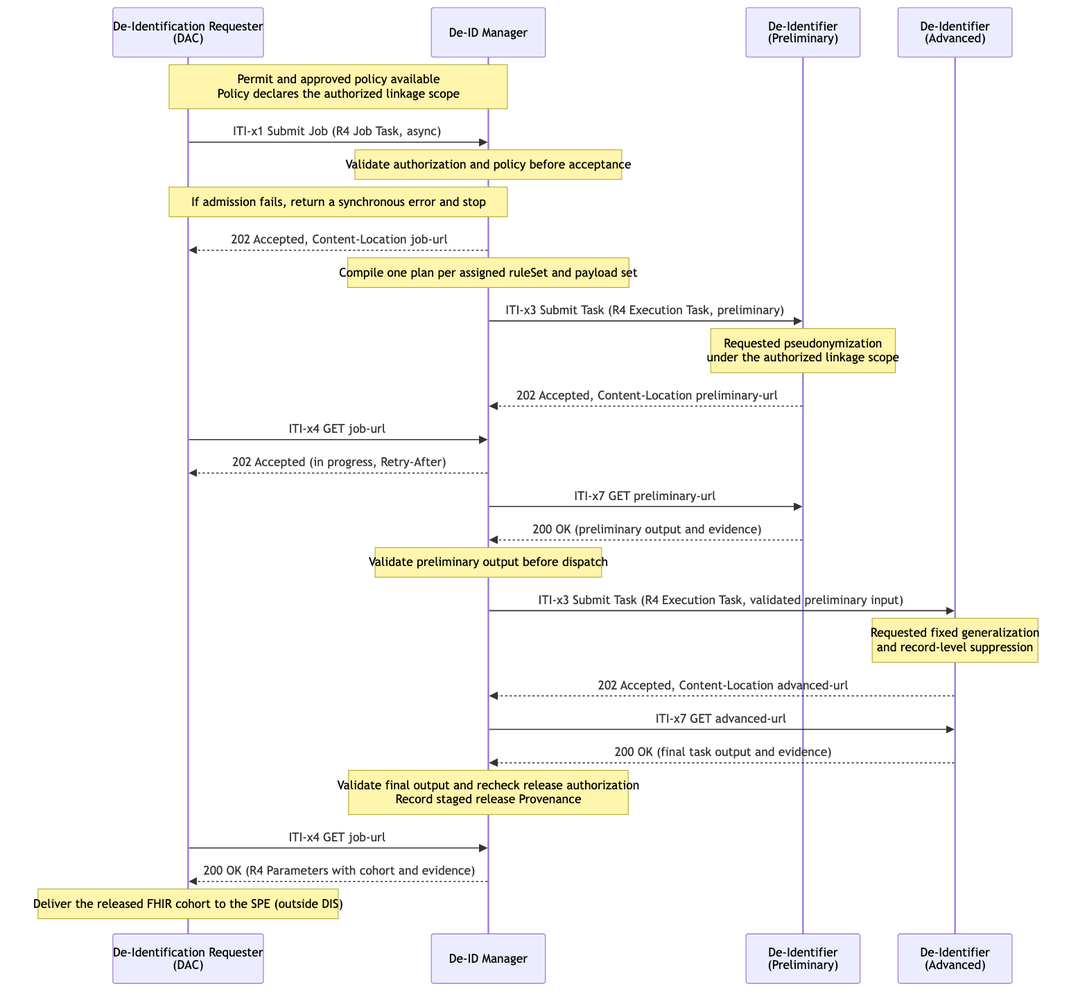
This is input/images/dis-uc2-ai-ml-development.png from IHE/ITI.DIS, a Mermaid export, as it was before one commit. Its source is kept beside it as input/images-source/dis-uc2-ai-ml-development.mmd.
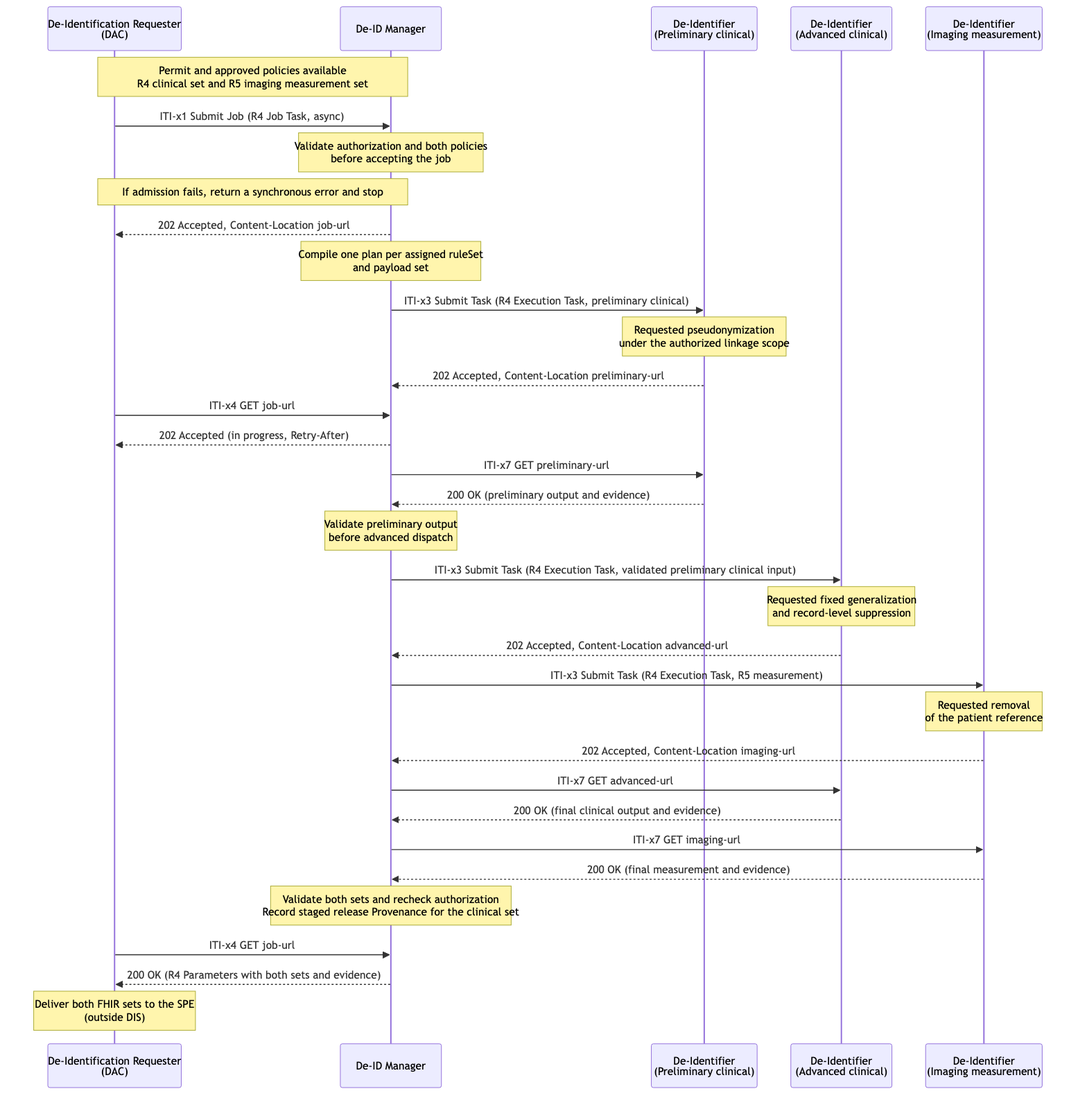
After the change.

Diff of the diagram source:
```diff
@@ -1,17 +1,18 @@
 sequenceDiagram
     participant DAC as De-Identification Requester<br/>(DAC)
     participant MGR as De-ID Manager
-    participant DI_P as De-Identifier<br/>(Preliminary)
-    participant DI_A as De-Identifier<br/>(Advanced)
+    participant DI_P as De-Identifier<br/>(Preliminary clinical)
+    participant DI_A as De-Identifier<br/>(Advanced clinical)
+    participant DI_I as De-Identifier<br/>(Imaging measurement)
 
-    Note over DAC,MGR: Permit and approved policy available<br/>Policy declares the authorized linkage scope
+    Note over DAC,MGR: Permit and approved policies available<br/>R4 clinical set and R5 imaging measurement set
     DAC->>MGR: ITI-x1 Submit Job (R4 Job Task, async)
-    Note over MGR: Validate authorization and policy before acceptance
+    Note over MGR: Validate authorization and both policies<br/>before accepting the job
     Note over DAC,MGR: If admission fails, return a synchronous error and stop
     MGR-->>DAC: 202 Accepted, Content-Location job-url
 
-    Note over MGR: Compile one plan per assigned ruleSet and payload set
-    MGR->>DI_P: ITI-x3 Submit Task (R4 Execution Task, preliminary)
+    Note over MGR: Compile one plan per assigned ruleSet<br/>and payload set
+    MGR->>DI_P: ITI-x3 Submit Task (R4 Execution Task, preliminary clinical)
     Note over DI_P: Requested pseudonymization<br/>under the authorized linkage scope
     DI_P-->>MGR: 202 Accepted, Content-Location preliminary-url
 
@@ -20,14 +21,20 @@
 
     MGR->>DI_P: ITI-x7 GET preliminary-url
     DI_P-->>MGR: 200 OK (preliminary output and evidence)
-    Note over MGR: Validate preliminary output before dispatch
-    MGR->>DI_A: ITI-x3 Submit Task (R4 Execution Task, validated preliminary input)
+    Note over MGR: Validate preliminary output<br/>before advanced dispatch
+    MGR->>DI_A: ITI-x3 Submit Task (R4 Execution Task, validated preliminary clinical input)
     Note over DI_A: Requested fixed generalization<br/>and record-level suppression
     DI_A-->>MGR: 202 Accepted, Content-Location advanced-url
 
+    MGR->>DI_I: ITI-x3 Submit Task (R4 Execution Task, R5 measurement)
+    Note over DI_I: Requested removal<br/>of the patient reference
+    DI_I-->>MGR: 202 Accepted, Content-Location imaging-url
+
     MGR->>DI_A: ITI-x7 GET advanced-url
-    DI_A-->>MGR: 200 OK (final task output and evidence)
-    Note over MGR: Validate final output and recheck release authorization<br/>Record staged release Provenance
+    DI_A-->>MGR: 200 OK (final clinical output and evidence)
+    MGR->>DI_I: ITI-x7 GET imaging-url
+    DI_I-->>MGR: 200 OK (final measurement and evidence)
+    Note over MGR: Validate both sets and recheck authorization<br/>Record staged release Provenance for the clinical set
     DAC->>MGR: ITI-x4 GET job-url
-    MGR-->>DAC: 200 OK (R4 Parameters with cohort and evidence)
-    Note over DAC: Deliver the released FHIR cohort to the SPE (outside DIS)
+    MGR-->>DAC: 200 OK (R4 Parameters with both sets and evidence)
+    Note over DAC: Deliver both FHIR sets to the SPE<br/>(outside DIS)
```
